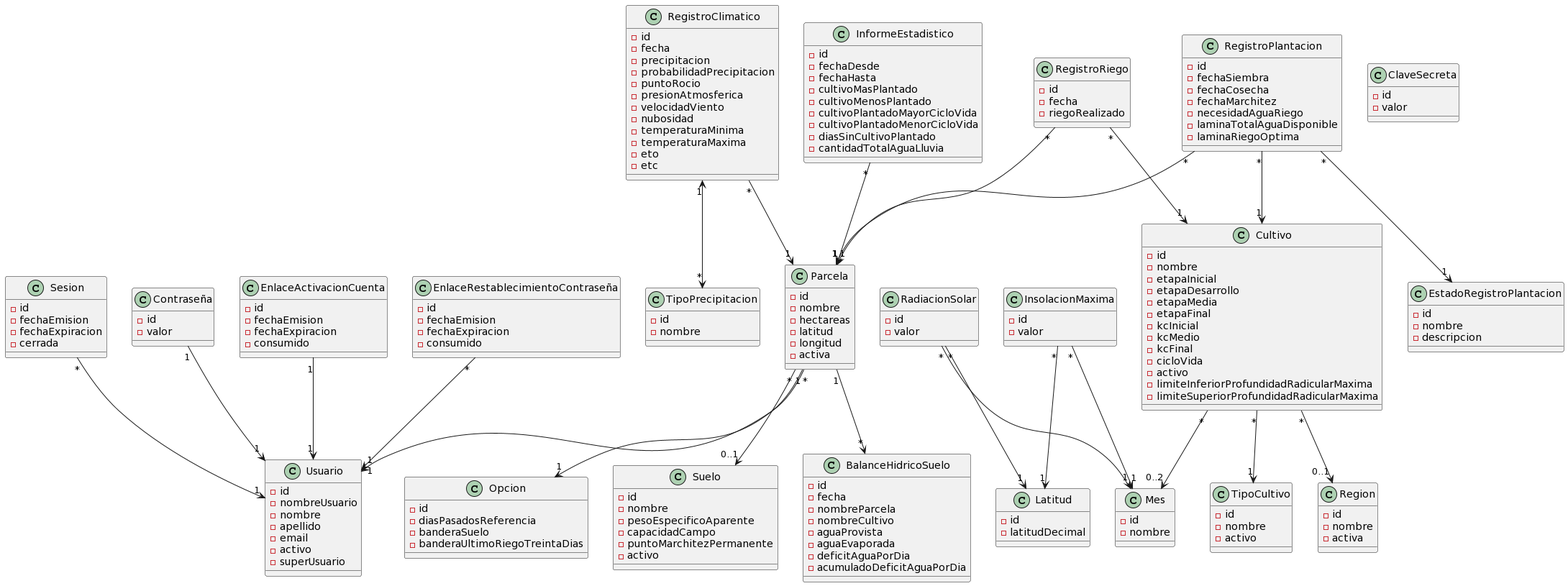
This is docs/domain model/Modelo de dominio.png from facundopaez-dev/sistema-web-riego, a PlantUML export, as it was before one commit.
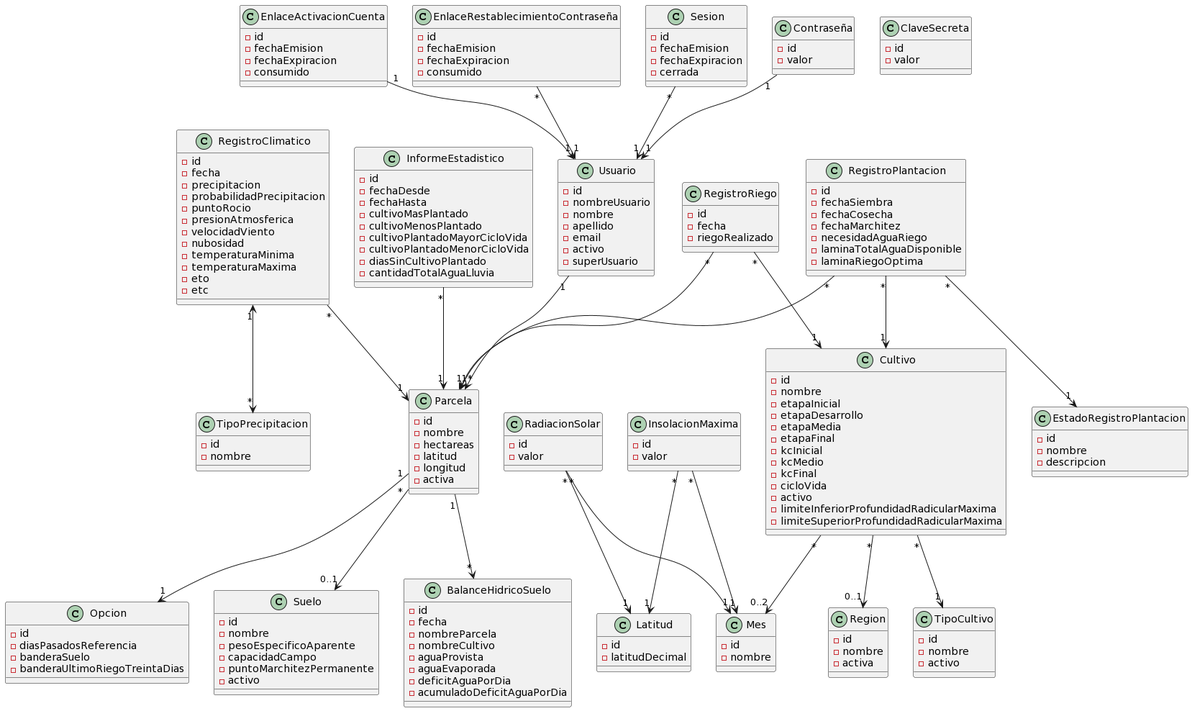
After the commit.

Diff of the diagram source:
```diff
@@ -1,5 +1,5 @@
 @startuml
-Parcela "*"-->"1" Usuario
+Usuario "1"-->"*" Parcela
 InformeEstadistico "*"-->"1" Parcela
 RegistroClimatico "*"-->"1" Parcela
 RegistroClimatico "1"<-->"*" TipoPrecipitacion
```
